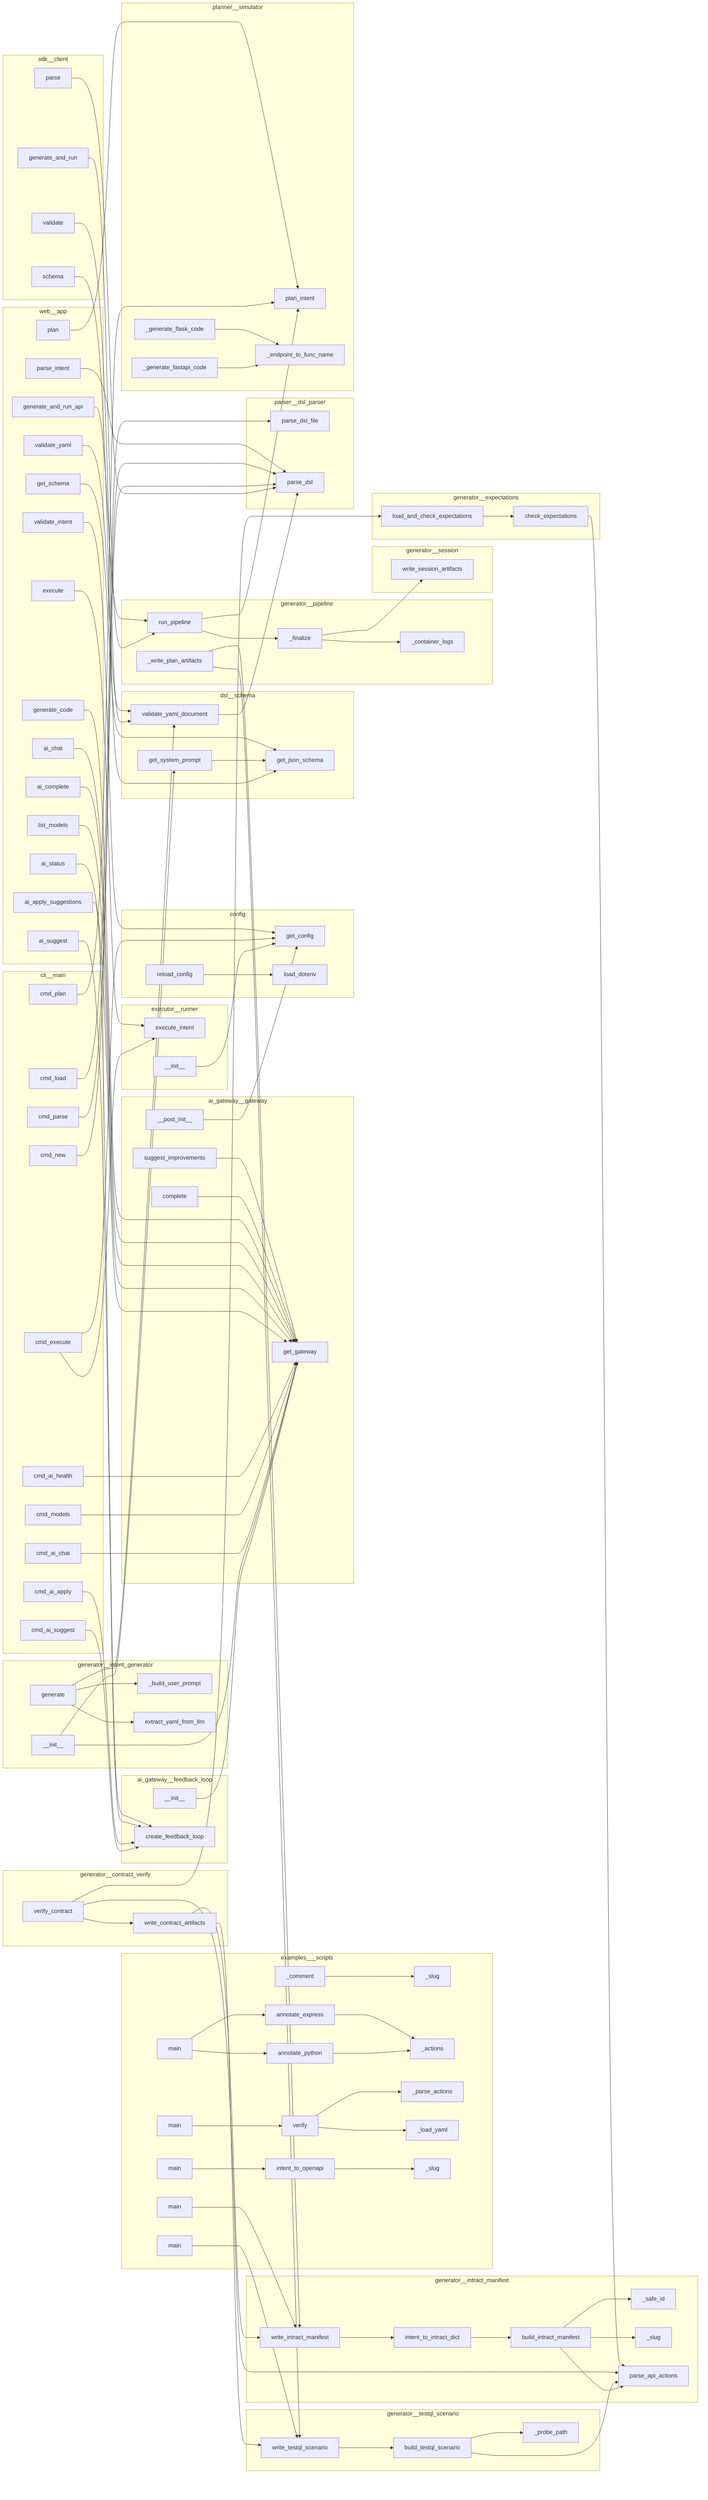
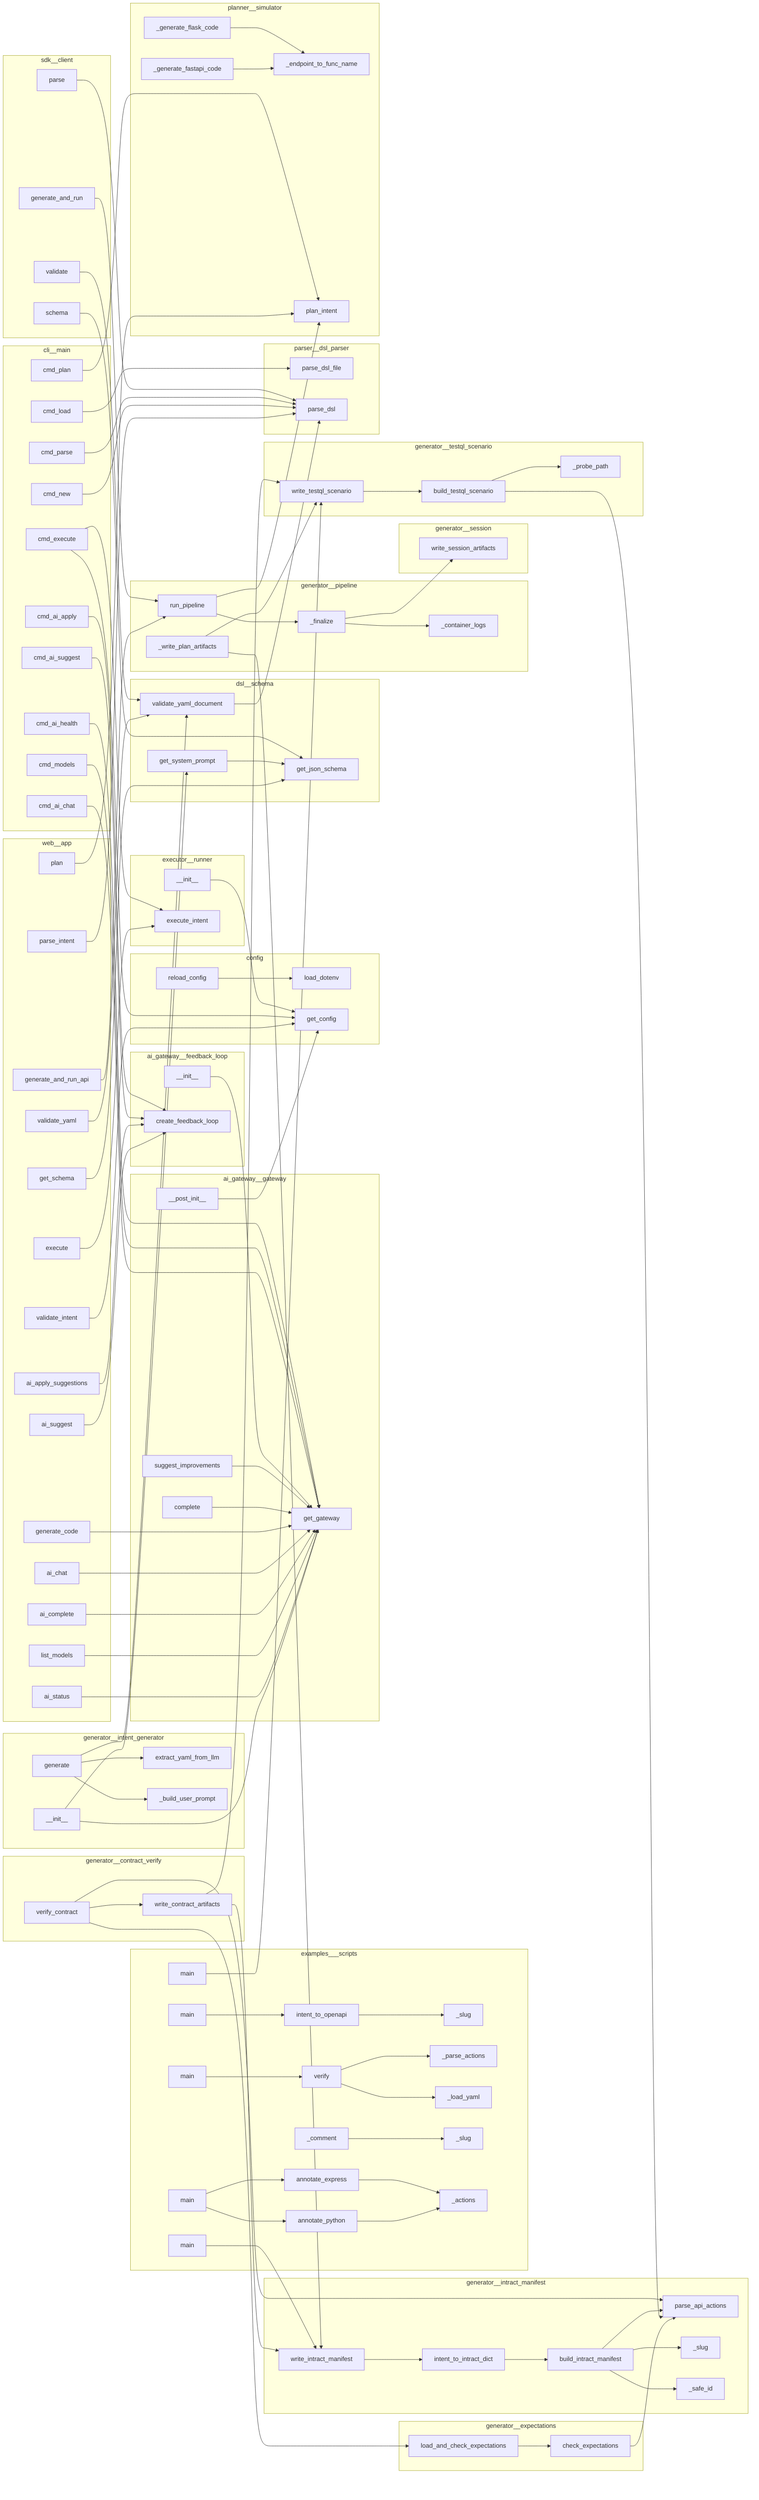
flowchart LR
%% generated in 0.00s
    subgraph ai_gateway__feedback_loop
        ai_gateway__feedback_loop__FeedbackLoop____init__["__init__"]
        ai_gateway__feedback_loop__create_feedback_loop["create_feedback_loop"]
    end
    subgraph ai_gateway__gateway
+         ai_gateway__gateway__suggest_improvements["suggest_improvements"]
+         ai_gateway__gateway__GatewayConfig____post_init__["__post_init__"]
        ai_gateway__gateway__complete["complete"]
-         ai_gateway__gateway__GatewayConfig____post_init__["__post_init__"]
-         ai_gateway__gateway__suggest_improvements["suggest_improvements"]
        ai_gateway__gateway__get_gateway["get_gateway"]
    end
    subgraph cli__main
-         cli__main__CLI__cmd_parse["cmd_parse"]
+         cli__main__CLI__cmd_new["cmd_new"]
+         cli__main__CLI__cmd_execute["cmd_execute"]
+         cli__main__CLI__cmd_ai_health["cmd_ai_health"]
+         cli__main__CLI__cmd_ai_chat["cmd_ai_chat"]
+         cli__main__CLI__cmd_ai_apply["cmd_ai_apply"]
        cli__main__CLI__cmd_ai_suggest["cmd_ai_suggest"]
        cli__main__CLI__cmd_load["cmd_load"]
-         cli__main__CLI__cmd_execute["cmd_execute"]
        cli__main__CLI__cmd_models["cmd_models"]
-         cli__main__CLI__cmd_ai_chat["cmd_ai_chat"]
+         cli__main__CLI__cmd_parse["cmd_parse"]
        cli__main__CLI__cmd_plan["cmd_plan"]
-         cli__main__CLI__cmd_ai_apply["cmd_ai_apply"]
-         cli__main__CLI__cmd_new["cmd_new"]
-         cli__main__CLI__cmd_ai_health["cmd_ai_health"]
    end
    subgraph config
+         config__load_dotenv["load_dotenv"]
        config__reload_config["reload_config"]
        config__get_config["get_config"]
-         config__load_dotenv["load_dotenv"]
    end
    subgraph dsl__schema
+         dsl__schema__get_system_prompt["get_system_prompt"]
        dsl__schema__get_json_schema["get_json_schema"]
        dsl__schema__validate_yaml_document["validate_yaml_document"]
-         dsl__schema__get_system_prompt["get_system_prompt"]
    end
    subgraph examples___scripts
+         examples___scripts__intent_to_openapi___slug["_slug"]
+         examples___scripts__intent_to_intract__main["main"]
+         examples___scripts__verify_expectations___parse_actions["_parse_actions"]
+         examples___scripts__annotate_intract__main["main"]
+         examples___scripts__intent_to_openapi__intent_to_openapi["intent_to_openapi"]
+         examples___scripts__verify_expectations__main["main"]
+         examples___scripts__verify_expectations___load_yaml["_load_yaml"]
+         examples___scripts__annotate_intract__annotate_express["annotate_express"]
+         examples___scripts__annotate_intract___slug["_slug"]
+         examples___scripts__annotate_intract___actions["_actions"]
        examples___scripts__annotate_intract__annotate_python["annotate_python"]
-         examples___scripts__intent_to_openapi__intent_to_openapi["intent_to_openapi"]
-         examples___scripts__annotate_intract__annotate_express["annotate_express"]
-         examples___scripts__intent_to_intract__main["main"]
-         examples___scripts__annotate_intract___slug["_slug"]
+         examples___scripts__intent_to_testql__main["main"]
        examples___scripts__annotate_intract___comment["_comment"]
-         examples___scripts__annotate_intract__main["main"]
        examples___scripts__intent_to_openapi__main["main"]
-         examples___scripts__annotate_intract___actions["_actions"]
-         examples___scripts__verify_expectations___parse_actions["_parse_actions"]
-         examples___scripts__intent_to_testql__main["main"]
-         examples___scripts__verify_expectations___load_yaml["_load_yaml"]
-         examples___scripts__intent_to_openapi___slug["_slug"]
        examples___scripts__verify_expectations__verify["verify"]
-         examples___scripts__verify_expectations__main["main"]
    end
    subgraph executor__runner
+         executor__runner__Executor____init__["__init__"]
        executor__runner__execute_intent["execute_intent"]
-         executor__runner__Executor____init__["__init__"]
    end
    subgraph generator__contract_verify
+         generator__contract_verify__verify_contract["verify_contract"]
        generator__contract_verify__write_contract_artifacts["write_contract_artifacts"]
-         generator__contract_verify__verify_contract["verify_contract"]
    end
    subgraph generator__expectations
        generator__expectations__load_and_check_expectations["load_and_check_expectations"]
        generator__expectations__check_expectations["check_expectations"]
    end
    subgraph generator__intent_generator
+         generator__intent_generator__extract_yaml_from_llm["extract_yaml_from_llm"]
+         generator__intent_generator__IntentGenerator____init__["__init__"]
        generator__intent_generator___build_user_prompt["_build_user_prompt"]
        generator__intent_generator__IntentGenerator__generate["generate"]
-         generator__intent_generator__IntentGenerator____init__["__init__"]
-         generator__intent_generator__extract_yaml_from_llm["extract_yaml_from_llm"]
    end
    subgraph generator__intract_manifest
+         generator__intract_manifest__parse_api_actions["parse_api_actions"]
+         generator__intract_manifest__intent_to_intract_dict["intent_to_intract_dict"]
+         generator__intract_manifest___slug["_slug"]
+         generator__intract_manifest__build_intract_manifest["build_intract_manifest"]
        generator__intract_manifest___safe_id["_safe_id"]
-         generator__intract_manifest___slug["_slug"]
-         generator__intract_manifest__intent_to_intract_dict["intent_to_intract_dict"]
        generator__intract_manifest__write_intract_manifest["write_intract_manifest"]
-         generator__intract_manifest__parse_api_actions["parse_api_actions"]
-         generator__intract_manifest__build_intract_manifest["build_intract_manifest"]
    end
    subgraph generator__pipeline
-         generator__pipeline___container_logs["_container_logs"]
-         generator__pipeline__run_pipeline["run_pipeline"]
        generator__pipeline___finalize["_finalize"]
        generator__pipeline___write_plan_artifacts["_write_plan_artifacts"]
+         generator__pipeline__run_pipeline["run_pipeline"]
+         generator__pipeline___container_logs["_container_logs"]
    end
    subgraph generator__session
        generator__session__write_session_artifacts["write_session_artifacts"]
    end
    subgraph generator__testql_scenario
        generator__testql_scenario___probe_path["_probe_path"]
+         generator__testql_scenario__build_testql_scenario["build_testql_scenario"]
        generator__testql_scenario__write_testql_scenario["write_testql_scenario"]
-         generator__testql_scenario__build_testql_scenario["build_testql_scenario"]
    end
    subgraph parser__dsl_parser
        parser__dsl_parser__parse_dsl_file["parse_dsl_file"]
        parser__dsl_parser__parse_dsl["parse_dsl"]
    end
    subgraph planner__simulator
+         planner__simulator___endpoint_to_func_name["_endpoint_to_func_name"]
        planner__simulator__plan_intent["plan_intent"]
+         planner__simulator__Planner___generate_flask_code["_generate_flask_code"]
        planner__simulator__Planner___generate_fastapi_code["_generate_fastapi_code"]
-         planner__simulator___endpoint_to_func_name["_endpoint_to_func_name"]
-         planner__simulator__Planner___generate_flask_code["_generate_flask_code"]
    end
    subgraph sdk__client
+         sdk__client__IterunClient__parse["parse"]
+         sdk__client__IterunClient__validate["validate"]
+         sdk__client__IterunClient__generate_and_run["generate_and_run"]
        sdk__client__IterunClient__schema["schema"]
-         sdk__client__IterunClient__validate["validate"]
-         sdk__client__IterunClient__parse["parse"]
-         sdk__client__IterunClient__generate_and_run["generate_and_run"]
    end
    subgraph web__app
+         web__app__ai_complete["ai_complete"]
        web__app__get_schema["get_schema"]
-         web__app__ai_apply_suggestions["ai_apply_suggestions"]
+         web__app__validate_yaml["validate_yaml"]
+         web__app__generate_and_run_api["generate_and_run_api"]
        web__app__validate_intent["validate_intent"]
-         web__app__list_models["list_models"]
+         web__app__ai_chat["ai_chat"]
+         web__app__plan["plan"]
        web__app__generate_code["generate_code"]
        web__app__parse_intent["parse_intent"]
-         web__app__ai_complete["ai_complete"]
-         web__app__generate_and_run_api["generate_and_run_api"]
-         web__app__plan["plan"]
+         web__app__execute["execute"]
+         web__app__ai_apply_suggestions["ai_apply_suggestions"]
        web__app__ai_status["ai_status"]
-         web__app__validate_yaml["validate_yaml"]
-         web__app__execute["execute"]
+         web__app__list_models["list_models"]
        web__app__ai_suggest["ai_suggest"]
-         web__app__ai_chat["ai_chat"]
-     end
-     examples___scripts__verify_expectations__verify --> examples___scripts__verify_expectations___load_yaml
-     examples___scripts__verify_expectations__verify --> examples___scripts__verify_expectations___parse_actions
-     examples___scripts__verify_expectations__main --> examples___scripts__verify_expectations__verify
-     generator__intract_manifest__build_intract_manifest --> generator__intract_manifest___safe_id
-     generator__intract_manifest__build_intract_manifest --> generator__intract_manifest__parse_api_actions
-     generator__intract_manifest__build_intract_manifest --> generator__intract_manifest___slug
-     generator__intract_manifest__intent_to_intract_dict --> generator__intract_manifest__build_intract_manifest
-     generator__intract_manifest__write_intract_manifest --> generator__intract_manifest__intent_to_intract_dict
-     examples___scripts__intent_to_openapi__intent_to_openapi --> examples___scripts__intent_to_openapi___slug
-     examples___scripts__intent_to_openapi__main --> examples___scripts__intent_to_openapi__intent_to_openapi
+     end
+     config__reload_config --> config__load_dotenv
+     generator__expectations__check_expectations --> generator__intract_manifest__parse_api_actions
+     generator__expectations__load_and_check_expectations --> generator__expectations__check_expectations
+     generator__intent_generator__IntentGenerator____init__ --> dsl__schema__get_system_prompt
+     generator__intent_generator__IntentGenerator____init__ --> ai_gateway__gateway__get_gateway
+     generator__intent_generator__IntentGenerator__generate --> generator__intent_generator___build_user_prompt
+     generator__intent_generator__IntentGenerator__generate --> generator__intent_generator__extract_yaml_from_llm
+     generator__intent_generator__IntentGenerator__generate --> dsl__schema__validate_yaml_document
    generator__testql_scenario__build_testql_scenario --> generator__intract_manifest__parse_api_actions
    generator__testql_scenario__build_testql_scenario --> generator__testql_scenario___probe_path
    generator__testql_scenario__write_testql_scenario --> generator__testql_scenario__build_testql_scenario
-     examples___scripts__intent_to_testql__main --> generator__testql_scenario__write_testql_scenario
-     generator__contract_verify__write_contract_artifacts --> generator__intract_manifest__write_intract_manifest
-     generator__contract_verify__write_contract_artifacts --> generator__testql_scenario__write_testql_scenario
-     generator__contract_verify__verify_contract --> generator__contract_verify__write_contract_artifacts
-     generator__contract_verify__verify_contract --> generator__intract_manifest__parse_api_actions
-     generator__contract_verify__verify_contract --> generator__expectations__load_and_check_expectations
-     generator__expectations__check_expectations --> generator__intract_manifest__parse_api_actions
-     generator__expectations__load_and_check_expectations --> generator__expectations__check_expectations
-     executor__runner__Executor____init__ --> config__get_config
-     sdk__client__IterunClient__schema --> dsl__schema__get_json_schema
-     sdk__client__IterunClient__validate --> dsl__schema__validate_yaml_document
-     sdk__client__IterunClient__generate_and_run --> generator__pipeline__run_pipeline
-     sdk__client__IterunClient__parse --> parser__dsl_parser__parse_dsl
-     examples___scripts__annotate_intract___comment --> examples___scripts__annotate_intract___slug
-     examples___scripts__annotate_intract__annotate_python --> examples___scripts__annotate_intract___actions
-     examples___scripts__annotate_intract__annotate_express --> examples___scripts__annotate_intract___actions
-     examples___scripts__annotate_intract__main --> examples___scripts__annotate_intract__annotate_python
-     examples___scripts__annotate_intract__main --> examples___scripts__annotate_intract__annotate_express
-     planner__simulator__Planner___generate_fastapi_code --> planner__simulator___endpoint_to_func_name
-     planner__simulator__Planner___generate_flask_code --> planner__simulator___endpoint_to_func_name
-     examples___scripts__intent_to_intract__main --> generator__intract_manifest__write_intract_manifest
-     ai_gateway__feedback_loop__FeedbackLoop____init__ --> ai_gateway__gateway__get_gateway
-     config__reload_config --> config__load_dotenv
    generator__pipeline___write_plan_artifacts --> generator__intract_manifest__write_intract_manifest
    generator__pipeline___write_plan_artifacts --> generator__testql_scenario__write_testql_scenario
    generator__pipeline___finalize --> generator__pipeline___container_logs
    generator__pipeline___finalize --> generator__session__write_session_artifacts
    generator__pipeline__run_pipeline --> generator__pipeline___finalize
    generator__pipeline__run_pipeline --> planner__simulator__plan_intent
-     generator__intent_generator__IntentGenerator____init__ --> dsl__schema__get_system_prompt
-     generator__intent_generator__IntentGenerator____init__ --> ai_gateway__gateway__get_gateway
-     generator__intent_generator__IntentGenerator__generate --> generator__intent_generator___build_user_prompt
-     generator__intent_generator__IntentGenerator__generate --> generator__intent_generator__extract_yaml_from_llm
-     generator__intent_generator__IntentGenerator__generate --> dsl__schema__validate_yaml_document
-     cli__main__CLI__cmd_new --> parser__dsl_parser__parse_dsl
-     cli__main__CLI__cmd_load --> parser__dsl_parser__parse_dsl_file
-     cli__main__CLI__cmd_parse --> parser__dsl_parser__parse_dsl
-     cli__main__CLI__cmd_plan --> planner__simulator__plan_intent
-     cli__main__CLI__cmd_execute --> executor__runner__execute_intent
-     cli__main__CLI__cmd_execute --> config__get_config
-     cli__main__CLI__cmd_ai_suggest --> ai_gateway__feedback_loop__create_feedback_loop
-     cli__main__CLI__cmd_ai_apply --> ai_gateway__feedback_loop__create_feedback_loop
-     cli__main__CLI__cmd_ai_chat --> ai_gateway__gateway__get_gateway
-     cli__main__CLI__cmd_models --> ai_gateway__gateway__get_gateway
-     cli__main__CLI__cmd_ai_health --> ai_gateway__gateway__get_gateway
-     dsl__schema__validate_yaml_document --> parser__dsl_parser__parse_dsl
-     dsl__schema__get_system_prompt --> dsl__schema__get_json_schema
+     generator__intract_manifest__build_intract_manifest --> generator__intract_manifest___safe_id
+     generator__intract_manifest__build_intract_manifest --> generator__intract_manifest__parse_api_actions
+     generator__intract_manifest__build_intract_manifest --> generator__intract_manifest___slug
+     generator__intract_manifest__intent_to_intract_dict --> generator__intract_manifest__build_intract_manifest
+     generator__intract_manifest__write_intract_manifest --> generator__intract_manifest__intent_to_intract_dict
+     generator__contract_verify__write_contract_artifacts --> generator__intract_manifest__write_intract_manifest
+     generator__contract_verify__write_contract_artifacts --> generator__testql_scenario__write_testql_scenario
+     generator__contract_verify__verify_contract --> generator__contract_verify__write_contract_artifacts
+     generator__contract_verify__verify_contract --> generator__intract_manifest__parse_api_actions
+     generator__contract_verify__verify_contract --> generator__expectations__load_and_check_expectations
+     examples___scripts__verify_expectations__verify --> examples___scripts__verify_expectations___load_yaml
+     examples___scripts__verify_expectations__verify --> examples___scripts__verify_expectations___parse_actions
+     examples___scripts__verify_expectations__main --> examples___scripts__verify_expectations__verify
+     examples___scripts__annotate_intract___comment --> examples___scripts__annotate_intract___slug
+     examples___scripts__annotate_intract__annotate_python --> examples___scripts__annotate_intract___actions
+     examples___scripts__annotate_intract__annotate_express --> examples___scripts__annotate_intract___actions
+     examples___scripts__annotate_intract__main --> examples___scripts__annotate_intract__annotate_python
+     examples___scripts__annotate_intract__main --> examples___scripts__annotate_intract__annotate_express
+     examples___scripts__intent_to_testql__main --> generator__testql_scenario__write_testql_scenario
+     examples___scripts__intent_to_intract__main --> generator__intract_manifest__write_intract_manifest
+     examples___scripts__intent_to_openapi__intent_to_openapi --> examples___scripts__intent_to_openapi___slug
+     examples___scripts__intent_to_openapi__main --> examples___scripts__intent_to_openapi__intent_to_openapi
+     planner__simulator__Planner___generate_fastapi_code --> planner__simulator___endpoint_to_func_name
+     planner__simulator__Planner___generate_flask_code --> planner__simulator___endpoint_to_func_name
    web__app__get_schema --> dsl__schema__get_json_schema
    web__app__validate_yaml --> dsl__schema__validate_yaml_document
    web__app__generate_and_run_api --> generator__pipeline__run_pipeline
    web__app__parse_intent --> parser__dsl_parser__parse_dsl
    web__app__plan --> planner__simulator__plan_intent
    web__app__execute --> executor__runner__execute_intent
    web__app__validate_intent --> config__get_config
    web__app__ai_status --> ai_gateway__gateway__get_gateway
    web__app__list_models --> ai_gateway__gateway__get_gateway
    web__app__ai_complete --> ai_gateway__gateway__get_gateway
    web__app__ai_chat --> ai_gateway__gateway__get_gateway
    web__app__ai_suggest --> ai_gateway__feedback_loop__create_feedback_loop
    web__app__ai_apply_suggestions --> ai_gateway__feedback_loop__create_feedback_loop
    web__app__generate_code --> ai_gateway__gateway__get_gateway
    ai_gateway__gateway__GatewayConfig____post_init__ --> config__get_config
    ai_gateway__gateway__complete --> ai_gateway__gateway__get_gateway
    ai_gateway__gateway__suggest_improvements --> ai_gateway__gateway__get_gateway
+     ai_gateway__feedback_loop__FeedbackLoop____init__ --> ai_gateway__gateway__get_gateway
+     cli__main__CLI__cmd_new --> parser__dsl_parser__parse_dsl
+     cli__main__CLI__cmd_load --> parser__dsl_parser__parse_dsl_file
+     cli__main__CLI__cmd_parse --> parser__dsl_parser__parse_dsl
+     cli__main__CLI__cmd_plan --> planner__simulator__plan_intent
+     cli__main__CLI__cmd_execute --> executor__runner__execute_intent
+     cli__main__CLI__cmd_execute --> config__get_config
+     cli__main__CLI__cmd_ai_suggest --> ai_gateway__feedback_loop__create_feedback_loop
+     cli__main__CLI__cmd_ai_apply --> ai_gateway__feedback_loop__create_feedback_loop
+     cli__main__CLI__cmd_ai_chat --> ai_gateway__gateway__get_gateway
+     cli__main__CLI__cmd_models --> ai_gateway__gateway__get_gateway
+     cli__main__CLI__cmd_ai_health --> ai_gateway__gateway__get_gateway
+     executor__runner__Executor____init__ --> config__get_config
+     dsl__schema__validate_yaml_document --> parser__dsl_parser__parse_dsl
+     dsl__schema__get_system_prompt --> dsl__schema__get_json_schema
+     sdk__client__IterunClient__schema --> dsl__schema__get_json_schema
+     sdk__client__IterunClient__validate --> dsl__schema__validate_yaml_document
+     sdk__client__IterunClient__generate_and_run --> generator__pipeline__run_pipeline
+     sdk__client__IterunClient__parse --> parser__dsl_parser__parse_dsl
